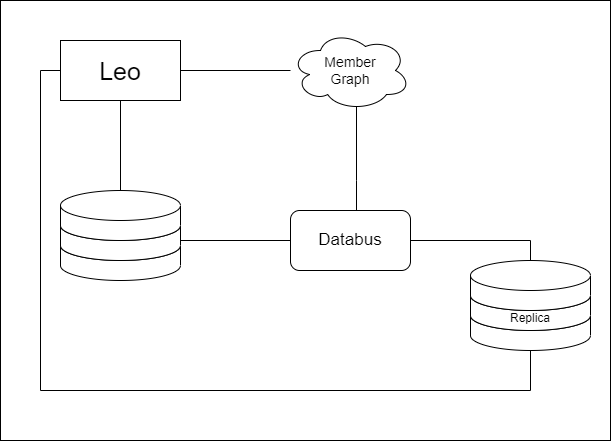
Earlier version of the draw.io export manualDeMantenimiento/Arquitectura/LinkedIn/MemberGraph.png (JudasII/Manual-Mantenimiento-Software). Source tidied: cells renumbered, new cells last; positions are measured from the earlier drawing's top-left corner, leaving out a move shared by most shapes.
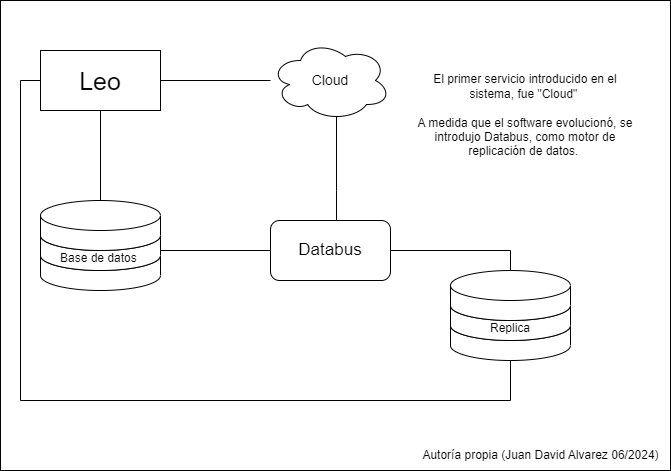
The same file after the commit.

Change to the diagram source:
```diff
@@ -3,7 +3,7 @@
     <mxCell id="0" />
     <mxCell id="1" parent="0" />
     <mxCell id="2" style="rounded=0;whiteSpace=wrap;html=1;" parent="1" vertex="1">
-      <mxGeometry width="610" height="440" as="geometry" />
+      <mxGeometry x="20" y="-10" width="670" height="470" as="geometry" />
     </mxCell>
     <mxCell id="3" value="Leo" style="rounded=0;whiteSpace=wrap;html=1;fontSize=25;" parent="1" vertex="1">
       <mxGeometry x="60" y="40" width="120" height="60" as="geometry" />
@@ -14,7 +14,7 @@
     <mxCell id="5" style="shape=cylinder3;whiteSpace=wrap;html=1;boundedLbl=1;backgroundOutline=1;size=15;" parent="4" vertex="1">
       <mxGeometry y="40" width="120" height="50" as="geometry" />
     </mxCell>
-    <mxCell id="6" style="shape=cylinder3;whiteSpace=wrap;html=1;boundedLbl=1;backgroundOutline=1;size=15;" parent="4" vertex="1">
+    <mxCell id="6" value="Base de datos&amp;nbsp;" style="shape=cylinder3;whiteSpace=wrap;html=1;boundedLbl=1;backgroundOutline=1;size=15;" parent="4" vertex="1">
       <mxGeometry y="20" width="120" height="50" as="geometry" />
     </mxCell>
     <mxCell id="7" style="shape=cylinder3;whiteSpace=wrap;html=1;boundedLbl=1;backgroundOutline=1;size=15;" parent="4" vertex="1">
@@ -26,7 +26,7 @@
     <mxCell id="9" style="edgeStyle=orthogonalEdgeStyle;rounded=0;jettySize=auto;html=1;entryX=1;entryY=0.5;entryDx=0;entryDy=0;endArrow=none;endFill=0;" parent="1" edge="1" source="10" target="3">
       <mxGeometry relative="1" as="geometry" />
     </mxCell>
-    <mxCell id="10" value="Member&lt;div style=&quot;font-size: 14px;&quot;&gt;Graph&lt;/div&gt;" style="ellipse;shape=cloud;whiteSpace=wrap;html=1;fontSize=14;" parent="1" vertex="1">
+    <mxCell id="10" value="Cloud" style="ellipse;shape=cloud;whiteSpace=wrap;html=1;fontSize=14;" parent="1" vertex="1">
       <mxGeometry x="290" y="30" width="120" height="80" as="geometry" />
     </mxCell>
     <mxCell id="11" style="group;" parent="1" vertex="1">
@@ -67,5 +67,11 @@
         </Array>
       </mxGeometry>
     </mxCell>
+    <mxCell id="20" value="Autoría propia (Juan David Alvarez 06/2024)" style="text;html=1;align=center;verticalAlign=middle;strokeColor=none;fillColor=none;" parent="1" vertex="1">
+      <mxGeometry x="430" y="430" width="260" height="30" as="geometry" />
+    </mxCell>
+    <mxCell id="21" value="El primer servicio introducido en el sistema, fue &quot;Cloud&quot;&amp;nbsp;&lt;div&gt;&lt;br&gt;&lt;/div&gt;&lt;div&gt;A medida que el software evolucionó, se introdujo Databus, como motor de replicación de datos.&amp;nbsp;&lt;/div&gt;" style="text;html=1;align=center;verticalAlign=middle;whiteSpace=wrap;rounded=0;" parent="1" vertex="1">
+      <mxGeometry x="430" width="230" height="210" as="geometry" />
+    </mxCell>
   </root>
 </mxGraphModel>
```
